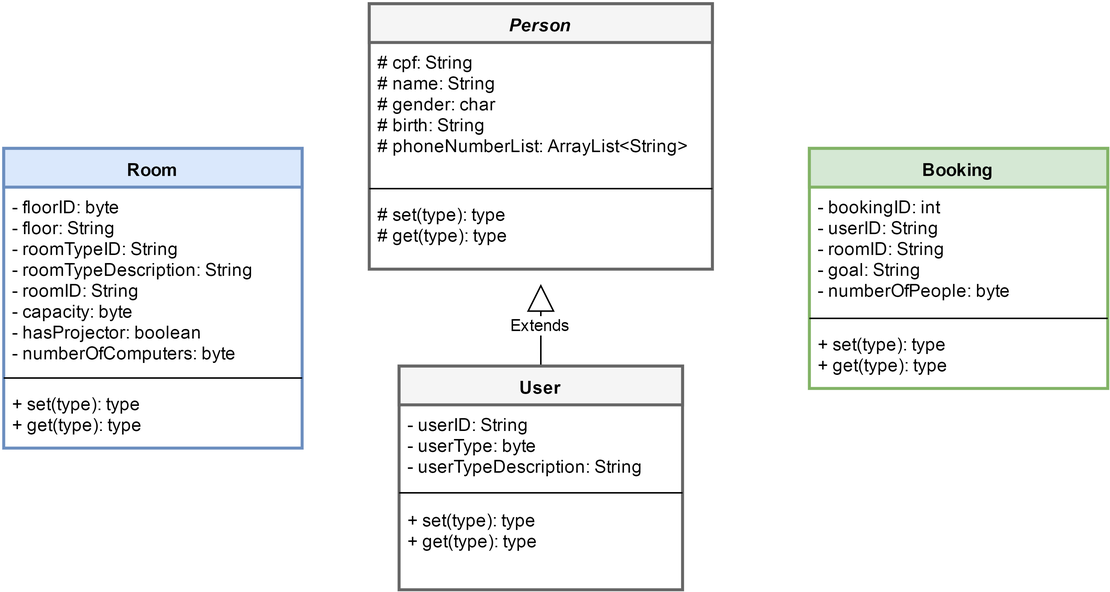
Above: UML/class_diagram.png in claudiomarpda/RoomBooking (draw.io), before the change. Source tidied: cells renumbered, new cells last; positions are measured from the earlier drawing's top-left corner, leaving out a move shared by most shapes. Its diagram source:
```xml
<mxGraphModel background="#ffffff">
  <root>
    <mxCell id="0" />
    <mxCell id="1" parent="0" />
    <mxCell id="2" value="&lt;i&gt;Person&lt;/i&gt;" style="swimlane;html=1;fontStyle=1;align=center;verticalAlign=top;horizontal=1;startSize=26;swimlaneFillColor=#ffffff;strokeColor=#666666;strokeWidth=2;fillColor=#f5f5f5;" parent="1" vertex="1">
      <mxGeometry x="245" width="230" height="178" as="geometry" />
    </mxCell>
    <mxCell id="3" value="&lt;span&gt;# cpf: String&lt;/span&gt;&lt;div&gt;# name: String&lt;/div&gt;&lt;div&gt;# gender: char&lt;/div&gt;&lt;div&gt;# birth: String&lt;/div&gt;&lt;div&gt;# phoneNumberList: ArrayList&amp;lt;String&amp;gt;&lt;/div&gt;" style="text;html=1;strokeColor=none;fillColor=none;align=left;verticalAlign=top;spacingLeft=4;spacingRight=4;whiteSpace=wrap;overflow=hidden;" parent="2" vertex="1">
      <mxGeometry y="26" width="230" height="94" as="geometry" />
    </mxCell>
    <mxCell id="4" style="line;html=1;strokeWidth=1;fillColor=none;align=left;verticalAlign=middle;spacingTop=-1;spacingLeft=3;spacingRight=3;labelPosition=right;" parent="2" vertex="1">
      <mxGeometry y="120" width="230" height="8" as="geometry" />
    </mxCell>
    <mxCell id="5" value="# set(type): type&lt;div&gt;# get(type): type&lt;/div&gt;" style="text;html=1;strokeColor=none;fillColor=none;align=left;verticalAlign=top;spacingLeft=4;spacingRight=4;whiteSpace=wrap;overflow=hidden;" parent="2" vertex="1">
      <mxGeometry y="128" width="230" height="42" as="geometry" />
    </mxCell>
    <mxCell id="6" value="Extends" style="endArrow=block;endSize=16;endFill=0;html=1;exitX=0.5;exitY=0;" parent="1" edge="1" source="7">
      <mxGeometry relative="1" as="geometry">
        <mxPoint x="360" y="188" as="targetPoint" />
      </mxGeometry>
    </mxCell>
    <mxCell id="7" value="User" style="swimlane;html=1;fontStyle=1;align=center;verticalAlign=top;horizontal=1;startSize=26;swimlaneFillColor=#ffffff;strokeColor=#666666;strokeWidth=2;fillColor=#f5f5f5;" parent="1" vertex="1">
      <mxGeometry x="265" y="243" width="190" height="150" as="geometry" />
    </mxCell>
    <mxCell id="8" value="&lt;div&gt;- userID: String&lt;/div&gt;&lt;div&gt;- userType: byte&lt;/div&gt;&lt;div&gt;- userTypeDescription: String&lt;/div&gt;&lt;div&gt;&lt;br&gt;&lt;/div&gt;&lt;div&gt;&lt;br&gt;&lt;/div&gt;" style="text;html=1;strokeColor=none;fillColor=none;align=left;verticalAlign=top;spacingLeft=4;spacingRight=4;whiteSpace=wrap;overflow=hidden;" parent="7" vertex="1">
      <mxGeometry y="26" width="190" height="54" as="geometry" />
    </mxCell>
    <mxCell id="9" style="line;html=1;strokeWidth=1;fillColor=none;align=left;verticalAlign=middle;spacingTop=-1;spacingLeft=3;spacingRight=3;labelPosition=right;" parent="7" vertex="1">
      <mxGeometry y="80" width="190" height="10" as="geometry" />
    </mxCell>
    <mxCell id="10" value="&lt;span&gt;+ set(type): type&lt;/span&gt;&lt;div&gt;+ get(type): type&lt;/div&gt;" style="text;html=1;strokeColor=none;fillColor=none;align=left;verticalAlign=top;spacingLeft=4;spacingRight=4;whiteSpace=wrap;overflow=hidden;" parent="7" vertex="1">
      <mxGeometry y="90" width="190" height="40" as="geometry" />
    </mxCell>
    <mxCell id="11" value="Room" style="swimlane;html=1;fontStyle=1;align=center;verticalAlign=top;horizontal=1;startSize=26;swimlaneFillColor=#ffffff;strokeColor=#6c8ebf;strokeWidth=2;fillColor=#dae8fc;" parent="1" vertex="1">
      <mxGeometry y="97" width="200" height="201" as="geometry" />
    </mxCell>
    <mxCell id="12" value="&lt;div&gt;- floorID: byte&lt;/div&gt;- floor: String&lt;div&gt;- roomTypeID: String&lt;/div&gt;&lt;div&gt;- roomTypeDescription: String&lt;/div&gt;&lt;div&gt;- roomID: String&lt;/div&gt;&lt;div&gt;- capacity: byte&lt;/div&gt;&lt;div&gt;- hasProjector: boolean&lt;/div&gt;&lt;div&gt;- numberOfComputers: byte&lt;br&gt;&lt;div&gt;&lt;br&gt;&lt;/div&gt;&lt;/div&gt;" style="text;html=1;strokeColor=none;fillColor=none;align=left;verticalAlign=top;spacingLeft=4;spacingRight=4;whiteSpace=wrap;overflow=hidden;" parent="11" vertex="1">
      <mxGeometry y="26" width="200" height="124" as="geometry" />
    </mxCell>
    <mxCell id="13" style="line;html=1;strokeWidth=1;fillColor=none;align=left;verticalAlign=middle;spacingTop=-1;spacingLeft=3;spacingRight=3;labelPosition=right;" parent="11" vertex="1">
      <mxGeometry y="150" width="200" height="8" as="geometry" />
    </mxCell>
    <mxCell id="14" value="&lt;span&gt;+ set(type): type&lt;/span&gt;&lt;div&gt;+ get(type): type&lt;/div&gt;" style="text;html=1;strokeColor=none;fillColor=none;align=left;verticalAlign=top;spacingLeft=4;spacingRight=4;whiteSpace=wrap;overflow=hidden;" parent="11" vertex="1">
      <mxGeometry y="158" width="200" height="42" as="geometry" />
    </mxCell>
    <mxCell id="15" value="Booking" style="swimlane;html=1;fontStyle=1;align=center;verticalAlign=top;horizontal=1;startSize=26;swimlaneFillColor=#ffffff;strokeColor=#82b366;strokeWidth=2;fillColor=#d5e8d4;" parent="1" vertex="1">
      <mxGeometry x="540" y="97" width="200" height="161" as="geometry" />
    </mxCell>
    <mxCell id="16" value="&lt;div&gt;&lt;div&gt;- bookingID: int&lt;/div&gt;&lt;/div&gt;&lt;div&gt;- userID: String&lt;/div&gt;&lt;div&gt;- roomID: String&lt;/div&gt;&lt;div&gt;- goal: String&lt;/div&gt;&lt;div&gt;- numberOfPeople: byte&lt;/div&gt;" style="text;html=1;strokeColor=none;fillColor=none;align=left;verticalAlign=top;spacingLeft=4;spacingRight=4;whiteSpace=wrap;overflow=hidden;" parent="15" vertex="1">
      <mxGeometry y="26" width="200" height="84" as="geometry" />
    </mxCell>
    <mxCell id="17" style="line;html=1;strokeWidth=1;fillColor=none;align=left;verticalAlign=middle;spacingTop=-1;spacingLeft=3;spacingRight=3;labelPosition=right;" parent="15" vertex="1">
      <mxGeometry y="110" width="200" height="8" as="geometry" />
    </mxCell>
    <mxCell id="18" value="&lt;span&gt;+ set(type): type&lt;/span&gt;&lt;div&gt;+ get(type): type&lt;/div&gt;" style="text;html=1;strokeColor=none;fillColor=none;align=left;verticalAlign=top;spacingLeft=4;spacingRight=4;whiteSpace=wrap;overflow=hidden;" parent="15" vertex="1">
      <mxGeometry y="118" width="200" height="42" as="geometry" />
    </mxCell>
  </root>
</mxGraphModel>
```
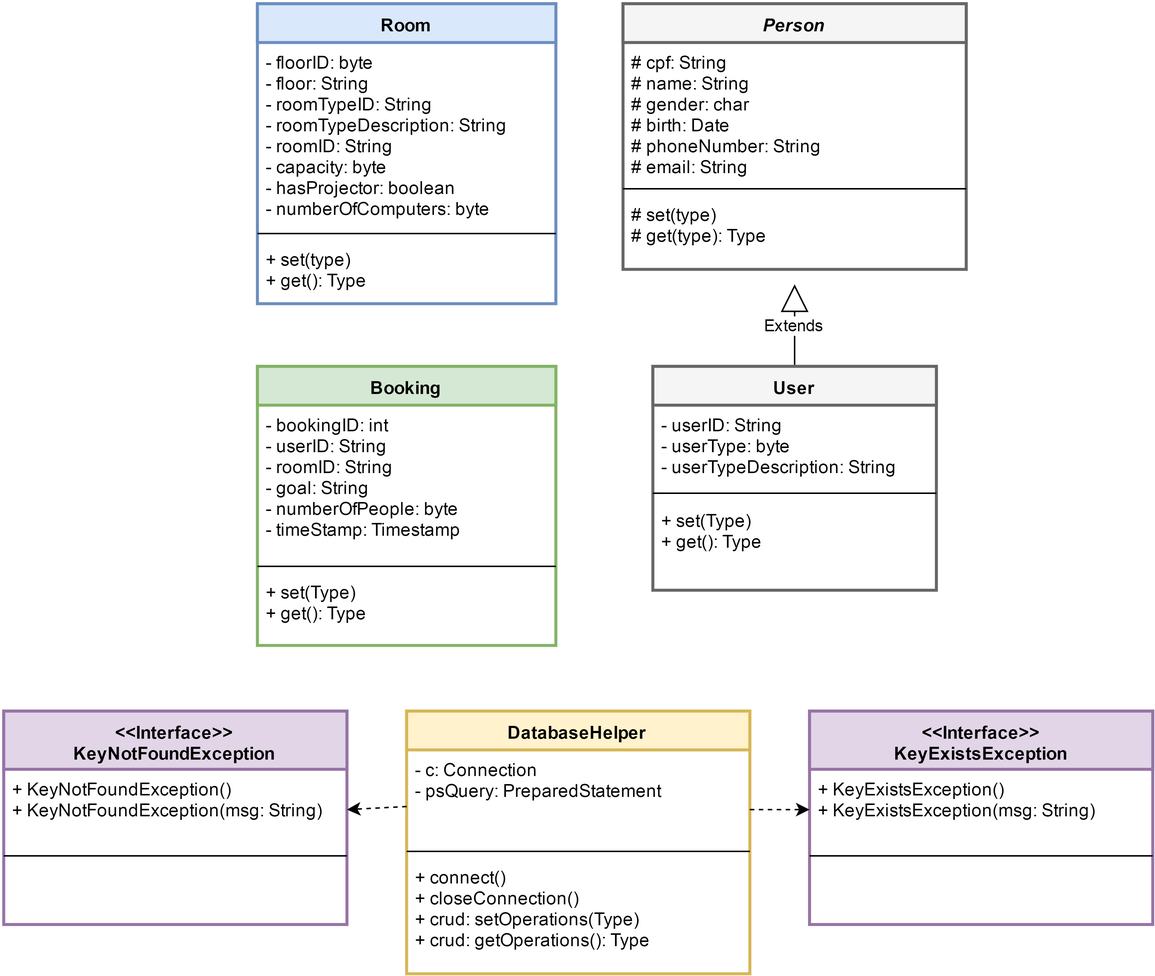
After the change.

Change to the diagram source:
```diff
@@ -3,24 +3,24 @@
     <mxCell id="0" />
     <mxCell id="1" parent="0" />
     <mxCell id="2" value="&lt;i&gt;Person&lt;/i&gt;" style="swimlane;html=1;fontStyle=1;align=center;verticalAlign=top;horizontal=1;startSize=26;swimlaneFillColor=#ffffff;strokeColor=#666666;strokeWidth=2;fillColor=#f5f5f5;" parent="1" vertex="1">
-      <mxGeometry x="245" width="230" height="178" as="geometry" />
+      <mxGeometry x="215" y="-60" width="230" height="178" as="geometry" />
     </mxCell>
-    <mxCell id="3" value="&lt;span&gt;# cpf: String&lt;/span&gt;&lt;div&gt;# name: String&lt;/div&gt;&lt;div&gt;# gender: char&lt;/div&gt;&lt;div&gt;# birth: String&lt;/div&gt;&lt;div&gt;# phoneNumberList: ArrayList&amp;lt;String&amp;gt;&lt;/div&gt;" style="text;html=1;strokeColor=none;fillColor=none;align=left;verticalAlign=top;spacingLeft=4;spacingRight=4;whiteSpace=wrap;overflow=hidden;" parent="2" vertex="1">
+    <mxCell id="3" value="&lt;span&gt;# cpf: String&lt;/span&gt;&lt;div&gt;# name: String&lt;/div&gt;&lt;div&gt;# gender: char&lt;/div&gt;&lt;div&gt;# birth: Date&lt;/div&gt;&lt;div&gt;# phoneNumber: String&lt;/div&gt;&lt;div&gt;# email: String&lt;/div&gt;" style="text;html=1;strokeColor=none;fillColor=none;align=left;verticalAlign=top;spacingLeft=4;spacingRight=4;whiteSpace=wrap;overflow=hidden;" parent="2" vertex="1">
       <mxGeometry y="26" width="230" height="94" as="geometry" />
     </mxCell>
     <mxCell id="4" style="line;html=1;strokeWidth=1;fillColor=none;align=left;verticalAlign=middle;spacingTop=-1;spacingLeft=3;spacingRight=3;labelPosition=right;" parent="2" vertex="1">
       <mxGeometry y="120" width="230" height="8" as="geometry" />
     </mxCell>
-    <mxCell id="5" value="# set(type): type&lt;div&gt;# get(type): type&lt;/div&gt;" style="text;html=1;strokeColor=none;fillColor=none;align=left;verticalAlign=top;spacingLeft=4;spacingRight=4;whiteSpace=wrap;overflow=hidden;" parent="2" vertex="1">
+    <mxCell id="5" value="# set(type)&lt;div&gt;# get(type): Type&lt;/div&gt;" style="text;html=1;strokeColor=none;fillColor=none;align=left;verticalAlign=top;spacingLeft=4;spacingRight=4;whiteSpace=wrap;overflow=hidden;" parent="2" vertex="1">
       <mxGeometry y="128" width="230" height="42" as="geometry" />
     </mxCell>
     <mxCell id="6" value="Extends" style="endArrow=block;endSize=16;endFill=0;html=1;exitX=0.5;exitY=0;" parent="1" edge="1" source="7">
       <mxGeometry relative="1" as="geometry">
-        <mxPoint x="360" y="188" as="targetPoint" />
+        <mxPoint x="330" y="128" as="targetPoint" />
       </mxGeometry>
     </mxCell>
     <mxCell id="7" value="User" style="swimlane;html=1;fontStyle=1;align=center;verticalAlign=top;horizontal=1;startSize=26;swimlaneFillColor=#ffffff;strokeColor=#666666;strokeWidth=2;fillColor=#f5f5f5;" parent="1" vertex="1">
-      <mxGeometry x="265" y="243" width="190" height="150" as="geometry" />
+      <mxGeometry x="235" y="183" width="190" height="150" as="geometry" />
     </mxCell>
     <mxCell id="8" value="&lt;div&gt;- userID: String&lt;/div&gt;&lt;div&gt;- userType: byte&lt;/div&gt;&lt;div&gt;- userTypeDescription: String&lt;/div&gt;&lt;div&gt;&lt;br&gt;&lt;/div&gt;&lt;div&gt;&lt;br&gt;&lt;/div&gt;" style="text;html=1;strokeColor=none;fillColor=none;align=left;verticalAlign=top;spacingLeft=4;spacingRight=4;whiteSpace=wrap;overflow=hidden;" parent="7" vertex="1">
       <mxGeometry y="26" width="190" height="54" as="geometry" />
@@ -28,11 +28,11 @@
     <mxCell id="9" style="line;html=1;strokeWidth=1;fillColor=none;align=left;verticalAlign=middle;spacingTop=-1;spacingLeft=3;spacingRight=3;labelPosition=right;" parent="7" vertex="1">
       <mxGeometry y="80" width="190" height="10" as="geometry" />
     </mxCell>
-    <mxCell id="10" value="&lt;span&gt;+ set(type): type&lt;/span&gt;&lt;div&gt;+ get(type): type&lt;/div&gt;" style="text;html=1;strokeColor=none;fillColor=none;align=left;verticalAlign=top;spacingLeft=4;spacingRight=4;whiteSpace=wrap;overflow=hidden;" parent="7" vertex="1">
+    <mxCell id="10" value="&lt;span&gt;+ set(Type)&lt;/span&gt;&lt;div&gt;&lt;div&gt;+ get(): Type&lt;/div&gt;&lt;/div&gt;" style="text;html=1;strokeColor=none;fillColor=none;align=left;verticalAlign=top;spacingLeft=4;spacingRight=4;whiteSpace=wrap;overflow=hidden;" parent="7" vertex="1">
       <mxGeometry y="90" width="190" height="40" as="geometry" />
     </mxCell>
     <mxCell id="11" value="Room" style="swimlane;html=1;fontStyle=1;align=center;verticalAlign=top;horizontal=1;startSize=26;swimlaneFillColor=#ffffff;strokeColor=#6c8ebf;strokeWidth=2;fillColor=#dae8fc;" parent="1" vertex="1">
-      <mxGeometry y="97" width="200" height="201" as="geometry" />
+      <mxGeometry x="-30" y="-60" width="200" height="201" as="geometry" />
     </mxCell>
     <mxCell id="12" value="&lt;div&gt;- floorID: byte&lt;/div&gt;- floor: String&lt;div&gt;- roomTypeID: String&lt;/div&gt;&lt;div&gt;- roomTypeDescription: String&lt;/div&gt;&lt;div&gt;- roomID: String&lt;/div&gt;&lt;div&gt;- capacity: byte&lt;/div&gt;&lt;div&gt;- hasProjector: boolean&lt;/div&gt;&lt;div&gt;- numberOfComputers: byte&lt;br&gt;&lt;div&gt;&lt;br&gt;&lt;/div&gt;&lt;/div&gt;" style="text;html=1;strokeColor=none;fillColor=none;align=left;verticalAlign=top;spacingLeft=4;spacingRight=4;whiteSpace=wrap;overflow=hidden;" parent="11" vertex="1">
       <mxGeometry y="26" width="200" height="124" as="geometry" />
@@ -40,20 +40,64 @@
     <mxCell id="13" style="line;html=1;strokeWidth=1;fillColor=none;align=left;verticalAlign=middle;spacingTop=-1;spacingLeft=3;spacingRight=3;labelPosition=right;" parent="11" vertex="1">
       <mxGeometry y="150" width="200" height="8" as="geometry" />
     </mxCell>
-    <mxCell id="14" value="&lt;span&gt;+ set(type): type&lt;/span&gt;&lt;div&gt;+ get(type): type&lt;/div&gt;" style="text;html=1;strokeColor=none;fillColor=none;align=left;verticalAlign=top;spacingLeft=4;spacingRight=4;whiteSpace=wrap;overflow=hidden;" parent="11" vertex="1">
+    <mxCell id="14" value="&lt;span&gt;+ set(type)&lt;/span&gt;&lt;div&gt;+ get(): Type&lt;/div&gt;" style="text;html=1;strokeColor=none;fillColor=none;align=left;verticalAlign=top;spacingLeft=4;spacingRight=4;whiteSpace=wrap;overflow=hidden;" parent="11" vertex="1">
       <mxGeometry y="158" width="200" height="42" as="geometry" />
     </mxCell>
     <mxCell id="15" value="Booking" style="swimlane;html=1;fontStyle=1;align=center;verticalAlign=top;horizontal=1;startSize=26;swimlaneFillColor=#ffffff;strokeColor=#82b366;strokeWidth=2;fillColor=#d5e8d4;" parent="1" vertex="1">
-      <mxGeometry x="540" y="97" width="200" height="161" as="geometry" />
+      <mxGeometry x="-30" y="183" width="200" height="187" as="geometry" />
     </mxCell>
-    <mxCell id="16" value="&lt;div&gt;&lt;div&gt;- bookingID: int&lt;/div&gt;&lt;/div&gt;&lt;div&gt;- userID: String&lt;/div&gt;&lt;div&gt;- roomID: String&lt;/div&gt;&lt;div&gt;- goal: String&lt;/div&gt;&lt;div&gt;- numberOfPeople: byte&lt;/div&gt;" style="text;html=1;strokeColor=none;fillColor=none;align=left;verticalAlign=top;spacingLeft=4;spacingRight=4;whiteSpace=wrap;overflow=hidden;" parent="15" vertex="1">
-      <mxGeometry y="26" width="200" height="84" as="geometry" />
+    <mxCell id="16" value="&lt;div&gt;&lt;div&gt;- bookingID: int&lt;/div&gt;&lt;/div&gt;&lt;div&gt;- userID: String&lt;/div&gt;&lt;div&gt;- roomID: String&lt;/div&gt;&lt;div&gt;- goal: String&lt;/div&gt;&lt;div&gt;- numberOfPeople: byte&lt;/div&gt;&lt;div&gt;- timeStamp:&lt;span&gt;&amp;nbsp;Timestamp&lt;/span&gt;&lt;/div&gt;" style="text;html=1;strokeColor=none;fillColor=none;align=left;verticalAlign=top;spacingLeft=4;spacingRight=4;whiteSpace=wrap;overflow=hidden;" parent="15" vertex="1">
+      <mxGeometry y="26" width="200" height="104" as="geometry" />
     </mxCell>
     <mxCell id="17" style="line;html=1;strokeWidth=1;fillColor=none;align=left;verticalAlign=middle;spacingTop=-1;spacingLeft=3;spacingRight=3;labelPosition=right;" parent="15" vertex="1">
-      <mxGeometry y="110" width="200" height="8" as="geometry" />
+      <mxGeometry y="130" width="200" height="8" as="geometry" />
     </mxCell>
-    <mxCell id="18" value="&lt;span&gt;+ set(type): type&lt;/span&gt;&lt;div&gt;+ get(type): type&lt;/div&gt;" style="text;html=1;strokeColor=none;fillColor=none;align=left;verticalAlign=top;spacingLeft=4;spacingRight=4;whiteSpace=wrap;overflow=hidden;" parent="15" vertex="1">
-      <mxGeometry y="118" width="200" height="42" as="geometry" />
+    <mxCell id="18" value="&lt;span&gt;+ set(Type)&lt;/span&gt;&lt;div&gt;+ get(): Type&lt;/div&gt;" style="text;html=1;strokeColor=none;fillColor=none;align=left;verticalAlign=top;spacingLeft=4;spacingRight=4;whiteSpace=wrap;overflow=hidden;" parent="15" vertex="1">
+      <mxGeometry y="138" width="200" height="42" as="geometry" />
     </mxCell>
+    <mxCell id="19" value="DatabaseHelper" style="swimlane;html=1;fontStyle=1;align=center;verticalAlign=top;horizontal=1;startSize=26;swimlaneFillColor=#ffffff;strokeColor=#d6b656;strokeWidth=2;fillColor=#fff2cc;" parent="1" vertex="1">
+      <mxGeometry x="70" y="414" width="230" height="176" as="geometry" />
+    </mxCell>
+    <mxCell id="20" value="&lt;div&gt;&lt;div&gt;- c: Connection&lt;/div&gt;&lt;div&gt;- psQuery: PreparedStatement&lt;/div&gt;&lt;/div&gt;" style="text;html=1;strokeColor=none;fillColor=none;align=left;verticalAlign=top;spacingLeft=4;spacingRight=4;whiteSpace=wrap;overflow=hidden;points=[[0,0.5],[1,0.5]];portConstraint=eastwest;" parent="19" vertex="1">
+      <mxGeometry y="26" width="230" height="64" as="geometry" />
+    </mxCell>
+    <mxCell id="21" style="line;html=1;strokeWidth=1;fillColor=none;align=left;verticalAlign=middle;spacingTop=-1;spacingLeft=3;spacingRight=3;labelPosition=right;" parent="19" vertex="1">
+      <mxGeometry y="90" width="230" height="8" as="geometry" />
+    </mxCell>
+    <mxCell id="22" value="&lt;div&gt;+ connect()&lt;/div&gt;&lt;div&gt;+ closeConnection()&lt;/div&gt;&lt;div&gt;+ crud: setOperations(Type)&lt;br&gt;&lt;/div&gt;+ crud: getOperations(): Type" style="text;html=1;strokeColor=none;fillColor=none;align=left;verticalAlign=top;spacingLeft=4;spacingRight=4;whiteSpace=wrap;overflow=hidden;" parent="19" vertex="1">
+      <mxGeometry y="98" width="230" height="72" as="geometry" />
+    </mxCell>
+    <mxCell id="23" value="&lt;div&gt;&amp;lt;&amp;lt;Interface&amp;gt;&amp;gt;&lt;/div&gt;&lt;div&gt;KeyNotFound&lt;span&gt;Exception&lt;/span&gt;&lt;/div&gt;" style="swimlane;html=1;fontStyle=1;align=center;verticalAlign=top;horizontal=1;startSize=39;swimlaneFillColor=#ffffff;strokeColor=#9673a6;strokeWidth=2;fillColor=#e1d5e7;" parent="1" vertex="1">
+      <mxGeometry x="-200" y="414" width="230" height="143" as="geometry" />
+    </mxCell>
+    <mxCell id="24" value="&lt;div&gt;&lt;div&gt;+&amp;nbsp;&lt;span&gt;KeyNotFound&lt;/span&gt;&lt;span&gt;Exception&lt;/span&gt;()&lt;/div&gt;&lt;/div&gt;&lt;div&gt;+&amp;nbsp;&lt;span&gt;KeyNotFound&lt;/span&gt;&lt;span&gt;Exception&lt;/span&gt;&lt;span&gt;(msg: String)&lt;/span&gt;&lt;/div&gt;" style="text;html=1;strokeColor=none;fillColor=none;align=left;verticalAlign=top;spacingLeft=4;spacingRight=4;whiteSpace=wrap;overflow=hidden;points=[[0,0.5],[1,0.5]];portConstraint=eastwest;" parent="23" vertex="1">
+      <mxGeometry y="39" width="230" height="54" as="geometry" />
+    </mxCell>
+    <mxCell id="25" style="line;html=1;strokeWidth=1;fillColor=none;align=left;verticalAlign=middle;spacingTop=-1;spacingLeft=3;spacingRight=3;labelPosition=right;" parent="23" vertex="1">
+      <mxGeometry y="93" width="230" height="8" as="geometry" />
+    </mxCell>
+    <mxCell id="26" value="&lt;div&gt;&lt;/div&gt;" style="text;html=1;strokeColor=none;fillColor=none;align=left;verticalAlign=top;spacingLeft=4;spacingRight=4;whiteSpace=wrap;overflow=hidden;" parent="23" vertex="1">
+      <mxGeometry y="101" width="230" height="42" as="geometry" />
+    </mxCell>
+    <mxCell id="27" style="endArrow=classic;html=1;entryX=1;entryY=0.5;dashed=1;strokeWidth=1;" parent="1" edge="1" source="20" target="24">
+      <mxGeometry relative="1" as="geometry" />
+    </mxCell>
+    <mxCell id="28" value="&lt;div&gt;&amp;lt;&amp;lt;Interface&amp;gt;&amp;gt;&lt;/div&gt;&lt;div&gt;KeyExistsException&lt;/div&gt;" style="swimlane;html=1;fontStyle=1;align=center;verticalAlign=top;horizontal=1;startSize=39;swimlaneFillColor=#ffffff;strokeColor=#9673a6;strokeWidth=2;fillColor=#e1d5e7;" parent="1" vertex="1">
+      <mxGeometry x="340" y="414" width="230" height="143" as="geometry" />
+    </mxCell>
+    <mxCell id="29" value="&lt;div&gt;&lt;div&gt;+&amp;nbsp;&lt;span&gt;KeyExistsException()&lt;/span&gt;&lt;/div&gt;&lt;/div&gt;&lt;div&gt;&lt;span&gt;+&amp;nbsp;&lt;/span&gt;&lt;span&gt;KeyExistsException(msg: String)&lt;/span&gt;&lt;/div&gt;" style="text;html=1;strokeColor=none;fillColor=none;align=left;verticalAlign=top;spacingLeft=4;spacingRight=4;whiteSpace=wrap;overflow=hidden;points=[[0,0.5],[1,0.5]];portConstraint=eastwest;" parent="28" vertex="1">
+      <mxGeometry y="39" width="230" height="54" as="geometry" />
+    </mxCell>
+    <mxCell id="30" style="line;html=1;strokeWidth=1;fillColor=none;align=left;verticalAlign=middle;spacingTop=-1;spacingLeft=3;spacingRight=3;labelPosition=right;" parent="28" vertex="1">
+      <mxGeometry y="93" width="230" height="8" as="geometry" />
+    </mxCell>
+    <mxCell id="31" value="&lt;div&gt;&lt;/div&gt;" style="text;html=1;strokeColor=none;fillColor=none;align=left;verticalAlign=top;spacingLeft=4;spacingRight=4;whiteSpace=wrap;overflow=hidden;" parent="28" vertex="1">
+      <mxGeometry y="101" width="230" height="42" as="geometry" />
+    </mxCell>
+    <mxCell id="32" style="endArrow=classic;html=1;dashed=1;strokeWidth=1;entryX=0;entryY=0.5;" parent="1" edge="1" target="29">
+      <mxGeometry relative="1" as="geometry">
+        <mxPoint x="300" y="480" as="sourcePoint" />
+      </mxGeometry>
+    </mxCell>
   </root>
 </mxGraphModel>
```
